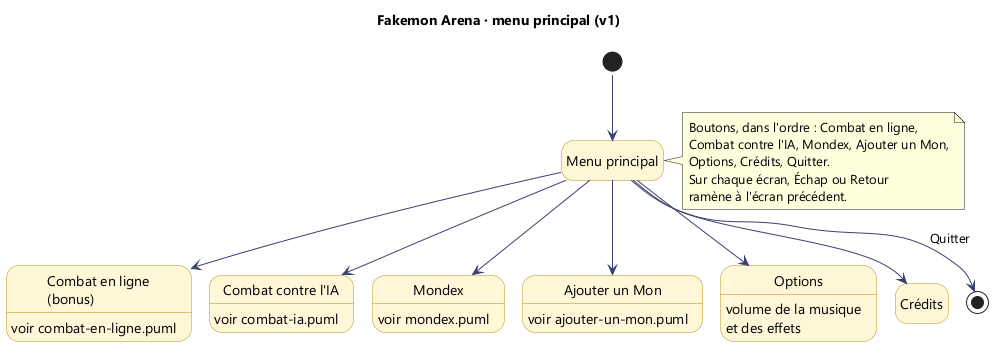
The PlantUML diagram docs/uml/navigation.png in OnerAliCan/fakemon-arena, before a commit.
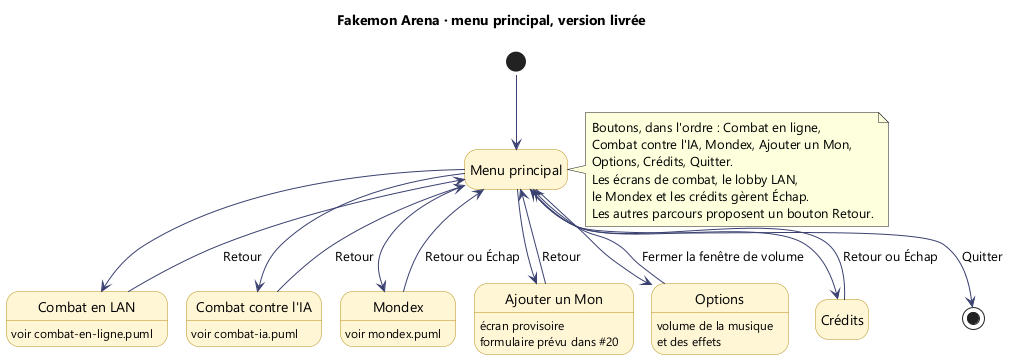
The same file after the commit.

Change to the diagram source:
```diff
@@ -1,6 +1,6 @@
 @startuml navigation
 !pragma layout smetana
-title Fakemon Arena · menu principal (v1)
+title Fakemon Arena · menu principal, version livrée
 skinparam defaultFontName Segoe UI
 skinparam state {
   BackgroundColor #FFF6D6
@@ -10,10 +10,10 @@
 hide empty description
 
 state "Menu principal" as Menu
-state "Combat en ligne\n(bonus)" as Ligne : voir combat-en-ligne.puml
+state "Combat en LAN" as Ligne : voir combat-en-ligne.puml
 state "Combat contre l'IA" as IA : voir combat-ia.puml
 state "Mondex" as Mondex : voir mondex.puml
-state "Ajouter un Mon" as Ajouter : voir ajouter-un-mon.puml
+state "Ajouter un Mon" as Ajouter : écran provisoire\nformulaire prévu dans #20
 state "Options" as Options : volume de la musique\net des effets
 state "Crédits" as Credits
 
@@ -24,13 +24,20 @@
 Menu --> Ajouter
 Menu --> Options
 Menu --> Credits
+Ligne --> Menu : Retour
+IA --> Menu : Retour
+Mondex --> Menu : Retour ou Échap
+Ajouter --> Menu : Retour
+Options --> Menu : Fermer la fenêtre de volume
+Credits --> Menu : Retour ou Échap
 Menu --> [*] : Quitter
 
 note right of Menu
   Boutons, dans l'ordre : Combat en ligne,
   Combat contre l'IA, Mondex, Ajouter un Mon,
   Options, Crédits, Quitter.
-  Sur chaque écran, Échap ou Retour
-  ramène à l'écran précédent.
+  Les écrans de combat, le lobby LAN,
+  le Mondex et les crédits gèrent Échap.
+  Les autres parcours proposent un bouton Retour.
 end note
 @enduml
```
